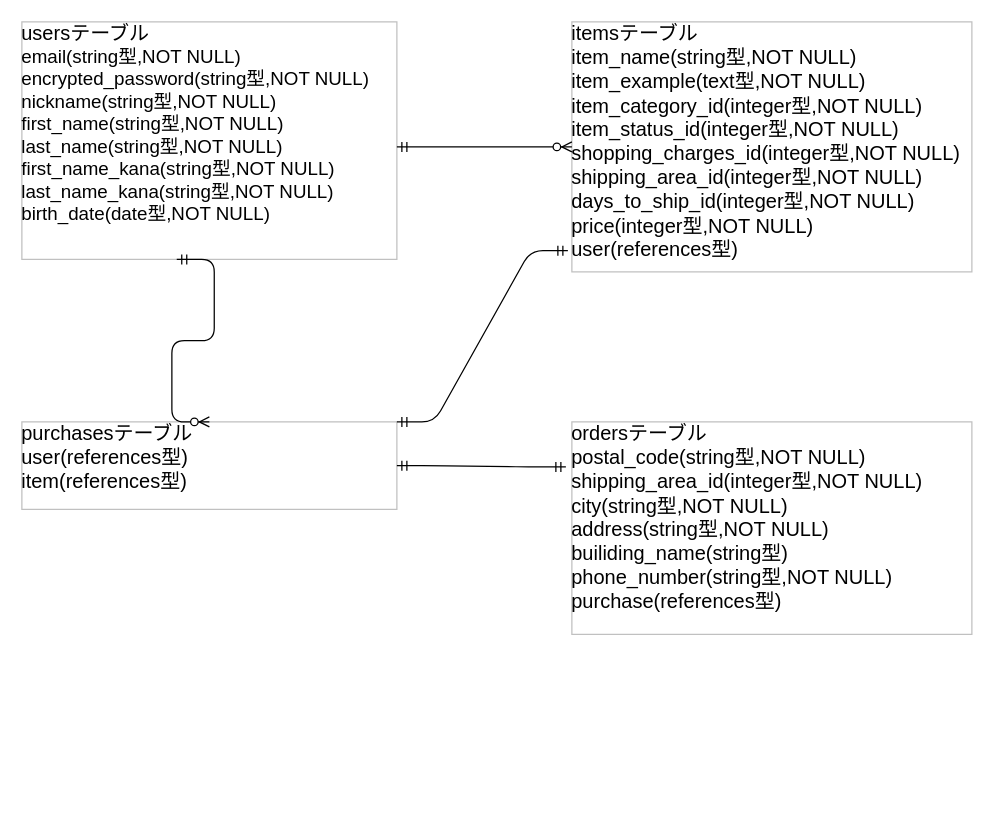
SK045YXMR/furima-35393 keeps this draw.io diagram as db_design.dio. Above is the earlier version. Source tidied: cells renumbered, new cells numbered last; positions are measured from the earlier drawing's top-left corner, leaving out a move shared by most shapes. Both pictures are drawn from the tidied source at 125%, with x=0, y=0 at pixel (21, 21).
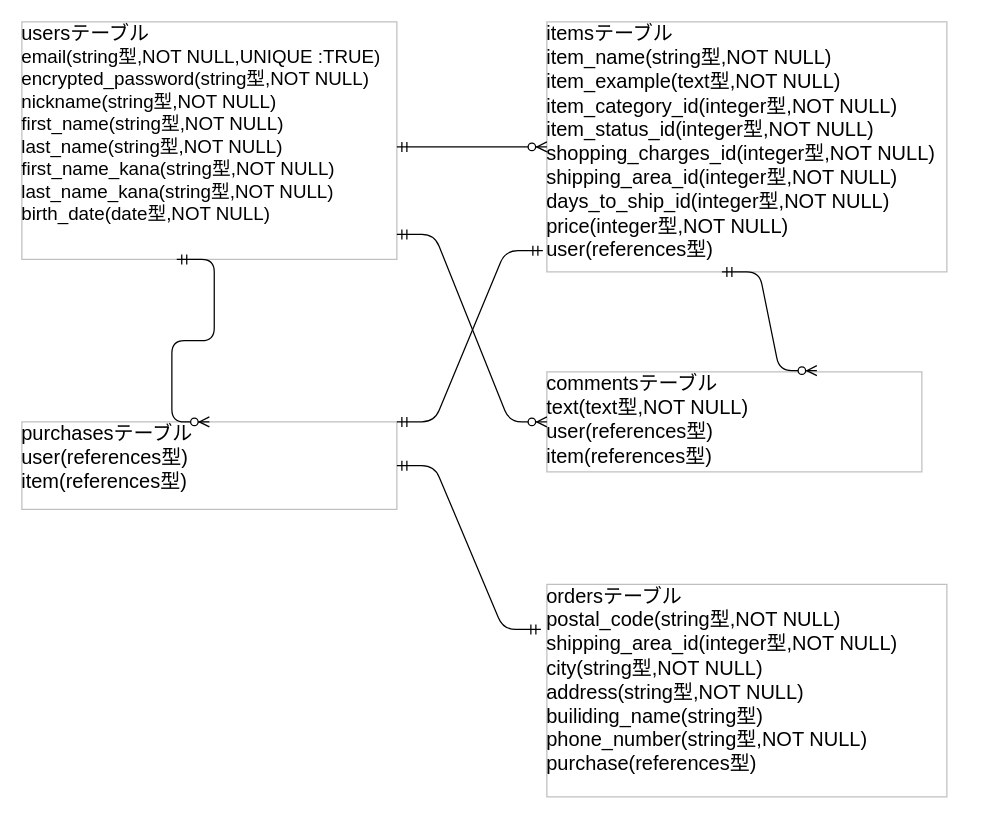
Above is the later version.

What changed in the source:
```diff
@@
 <mxGraphModel>
   <root>
     <mxCell id="0" />
     <mxCell id="1" parent="0" />
-    <mxCell id="2" value="&lt;font size=&quot;3&quot;&gt;usersテーブル&lt;/font&gt;&lt;br&gt;&lt;font&gt;&lt;font&gt;&lt;span style=&quot;font-size: 15px&quot;&gt;email(string型,NOT NULL)&lt;/span&gt;&lt;br&gt;&lt;/font&gt;&lt;font style=&quot;font-size: 15px&quot;&gt;encrypted_password(string型,NOT NULL)&lt;br&gt;nickname(string型,NOT NULL)&lt;br&gt;&lt;font style=&quot;font-size: 15px&quot;&gt;first_name(string型,NOT NULL)&lt;/font&gt;&lt;br&gt;&lt;/font&gt;&lt;font style=&quot;font-size: 15px&quot;&gt;&lt;font style=&quot;font-size: 15px&quot;&gt;last_name(string型,NOT NULL)&lt;/font&gt;&lt;br&gt;&lt;/font&gt;&lt;font style=&quot;font-size: 15px&quot;&gt;first_name_kana(string型,NOT NULL)&lt;/font&gt;&lt;br&gt;&lt;font style=&quot;font-size: 15px&quot;&gt;last_name_kana(string型,NOT NULL)&lt;/font&gt;&lt;br&gt;&lt;/font&gt;&lt;font style=&quot;font-size: 15px&quot;&gt;&lt;font style=&quot;font-size: 15px&quot;&gt;birth_date(date型,NOT NULL)&lt;/font&gt;&lt;br&gt;&lt;br&gt;&lt;/font&gt;" style="text;html=1;strokeColor=#c0c0c0;fillColor=none;overflow=fill;" parent="1" vertex="1">
+    <mxCell id="2" value="&lt;font size=&quot;3&quot;&gt;usersテーブル&lt;/font&gt;&lt;br&gt;&lt;font&gt;&lt;font&gt;&lt;span style=&quot;font-size: 15px&quot;&gt;email(string型,NOT NULL,UNIQUE :TRUE)&lt;/span&gt;&lt;br&gt;&lt;/font&gt;&lt;font style=&quot;font-size: 15px&quot;&gt;encrypted_password(string型,NOT NULL)&lt;br&gt;nickname(string型,NOT NULL)&lt;br&gt;&lt;font style=&quot;font-size: 15px&quot;&gt;first_name(string型,NOT NULL)&lt;/font&gt;&lt;br&gt;&lt;/font&gt;&lt;font style=&quot;font-size: 15px&quot;&gt;&lt;font style=&quot;font-size: 15px&quot;&gt;last_name(string型,NOT NULL)&lt;/font&gt;&lt;br&gt;&lt;/font&gt;&lt;font style=&quot;font-size: 15px&quot;&gt;first_name_kana(string型,NOT NULL)&lt;/font&gt;&lt;br&gt;&lt;font style=&quot;font-size: 15px&quot;&gt;last_name_kana(string型,NOT NULL)&lt;/font&gt;&lt;br&gt;&lt;/font&gt;&lt;font style=&quot;font-size: 15px&quot;&gt;&lt;font style=&quot;font-size: 15px&quot;&gt;birth_date(date型,NOT NULL)&lt;/font&gt;&lt;br&gt;&lt;br&gt;&lt;/font&gt;" style="text;html=1;strokeColor=#c0c0c0;fillColor=none;overflow=fill;" parent="1" vertex="1">
       <mxGeometry width="300" height="190" as="geometry" />
     </mxCell>
     <mxCell id="3" value="&lt;font size=&quot;3&quot;&gt;itemsテーブル&lt;br&gt;item_name(string型,NOT NULL)&lt;br&gt;item_example(text型,NOT NULL)&lt;br&gt;item_category_id(integer型,NOT NULL)&lt;br&gt;item_status_id(integer型,NOT NULL)&lt;br&gt;shopping_charges_id(integer型,NOT NULL)&lt;br&gt;shipping_area_id(integer型,NOT NULL)&lt;br&gt;days_to_ship_id(integer型,NOT NULL)&lt;br&gt;price(integer型,NOT NULL)&lt;br&gt;user(references型)&lt;br&gt;&lt;br&gt;&lt;br&gt;&lt;br&gt;&lt;/font&gt;" style="text;html=1;strokeColor=#c0c0c0;fillColor=none;overflow=fill;" parent="1" vertex="1">
-      <mxGeometry x="440" width="320" height="200" as="geometry" />
+      <mxGeometry x="420" width="320" height="200" as="geometry" />
     </mxCell>
     <mxCell id="4" value="&lt;font size=&quot;3&quot;&gt;purchasesテーブル&lt;br&gt;user(references型)&lt;br&gt;item(references型)&lt;br&gt;&lt;br&gt;&lt;br&gt;&lt;br&gt;&lt;br&gt;&lt;br&gt;&lt;br&gt;&lt;/font&gt;" style="text;html=1;strokeColor=#c0c0c0;fillColor=none;overflow=fill;" parent="1" vertex="1">
       <mxGeometry y="320" width="300" height="70" as="geometry" />
     </mxCell>
     <mxCell id="5" value="&lt;font size=&quot;3&quot;&gt;ordersテーブル&lt;br&gt;postal_code(string型,NOT NULL)&lt;br&gt;shipping_area_id(integer型,NOT NULL)&lt;br&gt;city(string型,NOT NULL)&lt;br&gt;address(string型,NOT NULL)&lt;br&gt;builiding_name(string型)&lt;br&gt;phone_number(string型,NOT NULL)&lt;br&gt;purchase(references型)&lt;br&gt;&lt;br&gt;&lt;br&gt;&lt;br&gt;&lt;/font&gt;" style="text;html=1;strokeColor=#c0c0c0;fillColor=none;overflow=fill;" parent="1" vertex="1">
-      <mxGeometry x="440" y="320" width="320" height="170" as="geometry" />
+      <mxGeometry x="420" y="450" width="320" height="170" as="geometry" />
     </mxCell>
     <mxCell id="6" style="edgeStyle=entityRelationEdgeStyle;fontSize=12;html=1;endArrow=ERzeroToMany;startArrow=ERmandOne;entryX=0;entryY=0.5;entryDx=0;entryDy=0;" parent="1" edge="1" target="3">
       <mxGeometry relative="1" as="geometry">
         <mxPoint x="300" y="100" as="sourcePoint" />
       </mxGeometry>
     </mxCell>
     <mxCell id="7" style="edgeStyle=entityRelationEdgeStyle;fontSize=12;html=1;endArrow=ERmandOne;startArrow=ERmandOne;exitX=1;exitY=0;exitDx=0;exitDy=0;entryX=-0.01;entryY=0.915;entryDx=0;entryDy=0;entryPerimeter=0;" parent="1" edge="1" source="4" target="3">
       <mxGeometry relative="1" as="geometry" />
     </mxCell>
     <mxCell id="8" style="edgeStyle=entityRelationEdgeStyle;fontSize=12;html=1;endArrow=ERmandOne;startArrow=ERmandOne;exitX=1;exitY=0.5;exitDx=0;exitDy=0;entryX=-0.015;entryY=0.212;entryDx=0;entryDy=0;entryPerimeter=0;" parent="1" edge="1" source="4" target="5">
       <mxGeometry relative="1" as="geometry" />
     </mxCell>
     <mxCell id="9" style="edgeStyle=entityRelationEdgeStyle;fontSize=12;html=1;endArrow=ERzeroToMany;startArrow=ERmandOne;exitX=0.413;exitY=1;exitDx=0;exitDy=0;exitPerimeter=0;entryX=0.5;entryY=0;entryDx=0;entryDy=0;" parent="1" edge="1" source="2" target="4">
       <mxGeometry relative="1" as="geometry" />
     </mxCell>
+    <mxCell id="10" value="&lt;font size=&quot;3&quot;&gt;commentsテーブル&lt;br&gt;text(text型,NOT NULL)&lt;br&gt;user(references型)&lt;br&gt;item(references型)&lt;br&gt;&lt;br&gt;&lt;br&gt;&lt;br&gt;&lt;br&gt;&lt;br&gt;&lt;br&gt;&lt;/font&gt;" style="text;html=1;strokeColor=#c0c0c0;fillColor=none;overflow=fill;" parent="1" vertex="1">
+      <mxGeometry x="420" y="280" width="300" height="80" as="geometry" />
+    </mxCell>
+    <mxCell id="11" style="edgeStyle=entityRelationEdgeStyle;fontSize=12;html=1;endArrow=ERzeroToMany;startArrow=ERmandOne;entryX=0;entryY=0.5;entryDx=0;entryDy=0;" parent="1" edge="1" target="10">
+      <mxGeometry relative="1" as="geometry">
+        <mxPoint x="300" y="170" as="sourcePoint" />
+      </mxGeometry>
+    </mxCell>
+    <mxCell id="12" style="edgeStyle=entityRelationEdgeStyle;fontSize=12;html=1;endArrow=ERzeroToMany;startArrow=ERmandOne;entryX=0.72;entryY=-0.012;entryDx=0;entryDy=0;entryPerimeter=0;" parent="1" edge="1" target="10">
+      <mxGeometry relative="1" as="geometry">
+        <mxPoint x="560" y="200" as="sourcePoint" />
+      </mxGeometry>
+    </mxCell>
   </root>
 </mxGraphModel>
```
